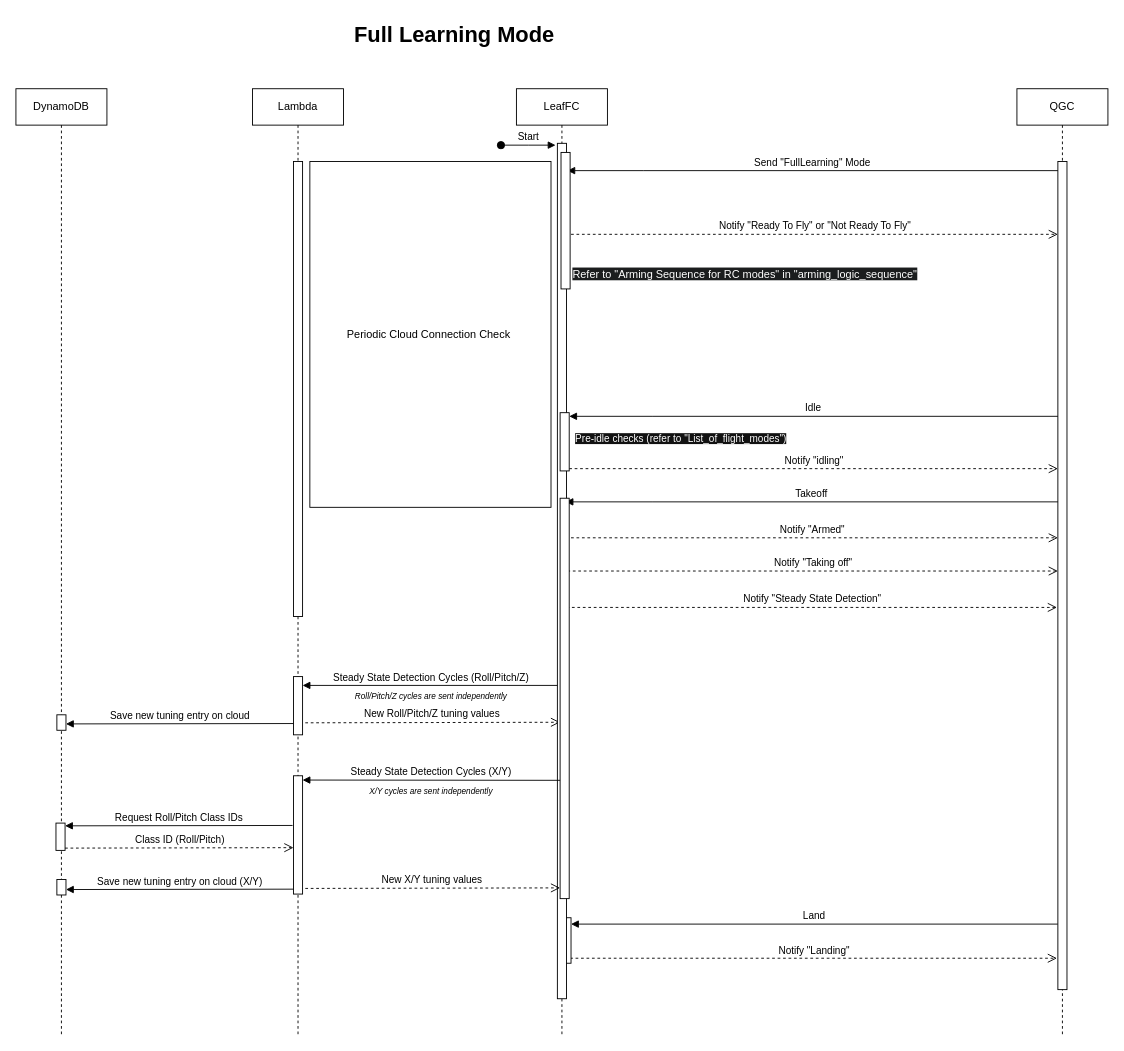
This is Guide/HEAR Software/Flight Modes/Modes Sequence Diagrams/Full learning mode.drawio from DroneLeaf/HEAR_wiki, a draw.io file, before an edit. Source tidied: cells renumbered, new cells numbered last; positions are measured from the earlier drawing's top-left corner, leaving out a move shared by most shapes. Both pictures are drawn from the tidied source at 91%, with x=0, y=0 at pixel (-45, 15).
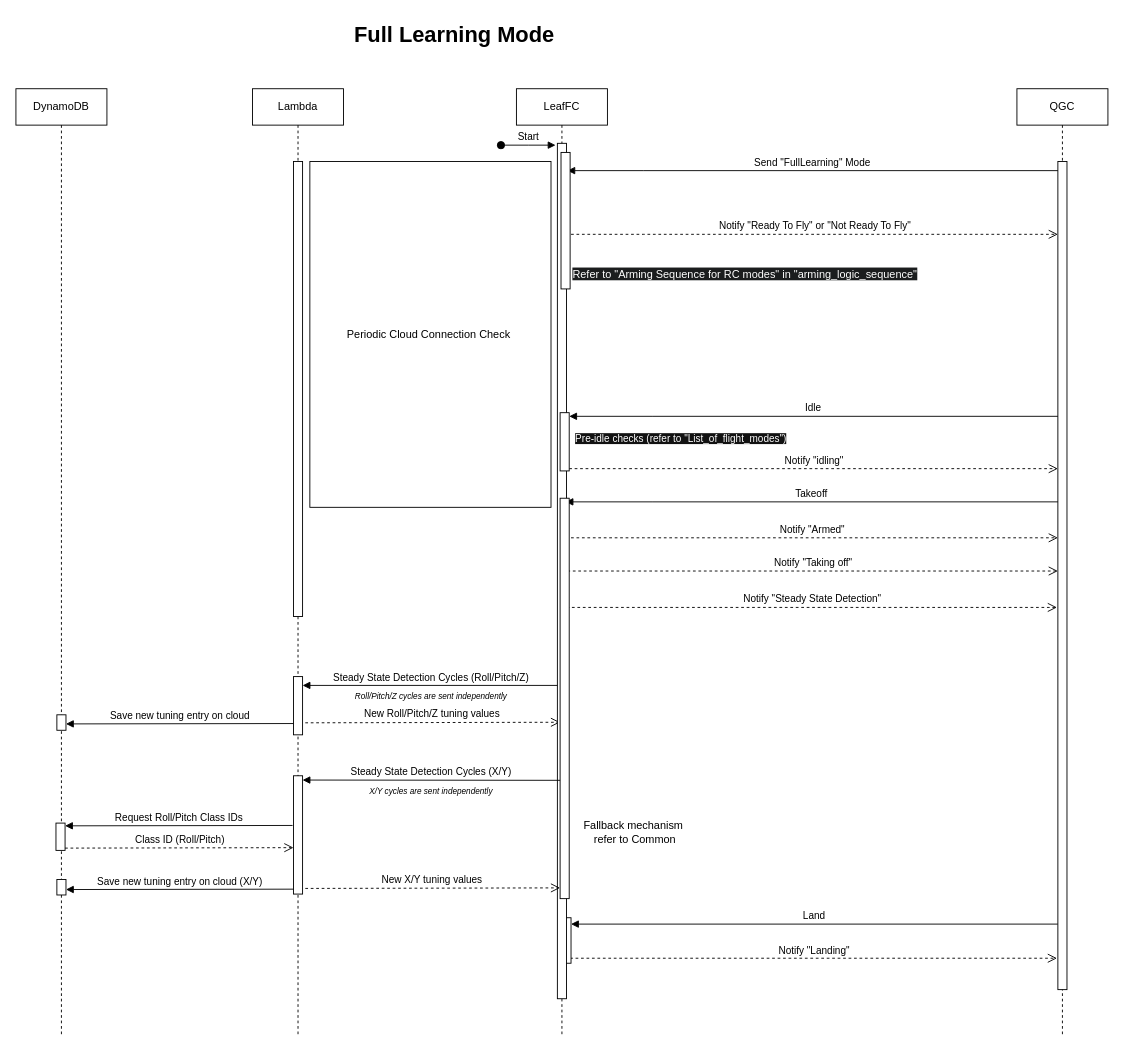
The same page after the edit.

Commit message (it also covers changes not shown here):
Add fallback mechanism notes to Roll-Pitch and X-Y-Altitude selective learning mode diagrams

- Updated Roll-Pitch learning mode diagram to include a fallback mechanism note.

- Updated X-Y-Altitude selective learning mode diagram to include a fallback mechanism note.

- Adjusted diagram dimensions for better layout and readability.

Diff of the diagram source:
```diff
@@
+    <mxCell id="43" value="Fallback mechanism&amp;nbsp;&lt;div&gt;refer to Common&lt;/div&gt;" style="text;html=1;align=center;verticalAlign=middle;strokeColor=none;fillColor=none;" parent="1" vertex="1">
+      <mxGeometry x="676" y="877" width="140" height="40" as="geometry" />
+    </mxCell>
```
